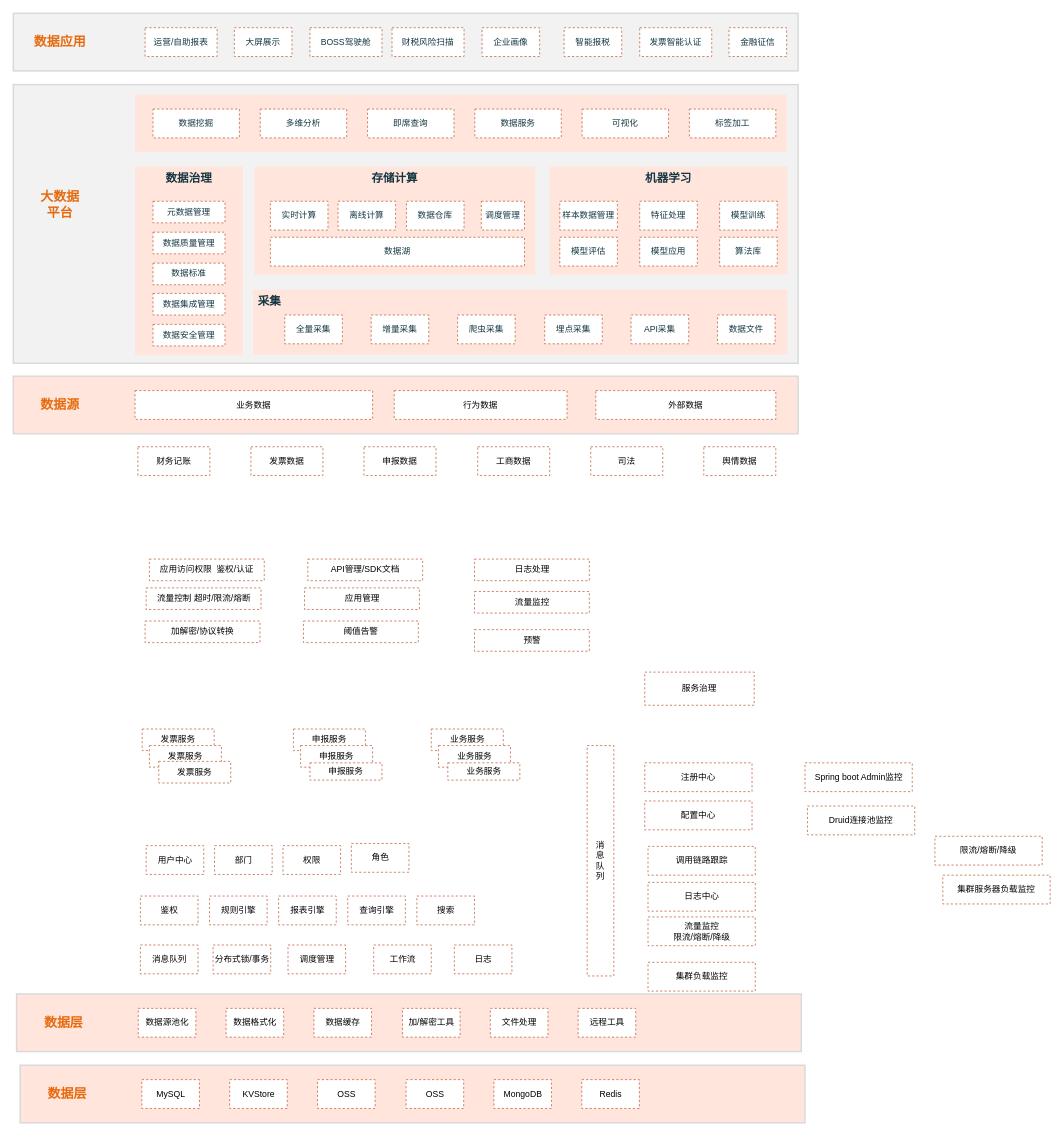
xingzhihe/hello-world keeps this draw.io diagram as 大数据.drawio. Above is the earlier version. Source tidied: cells renumbered, new cells numbered last; positions are measured from the earlier drawing's top-left corner, leaving out a move shared by most shapes. Both pictures are drawn from the tidied source at 72%, with x=0, y=0 at pixel (13, 13).
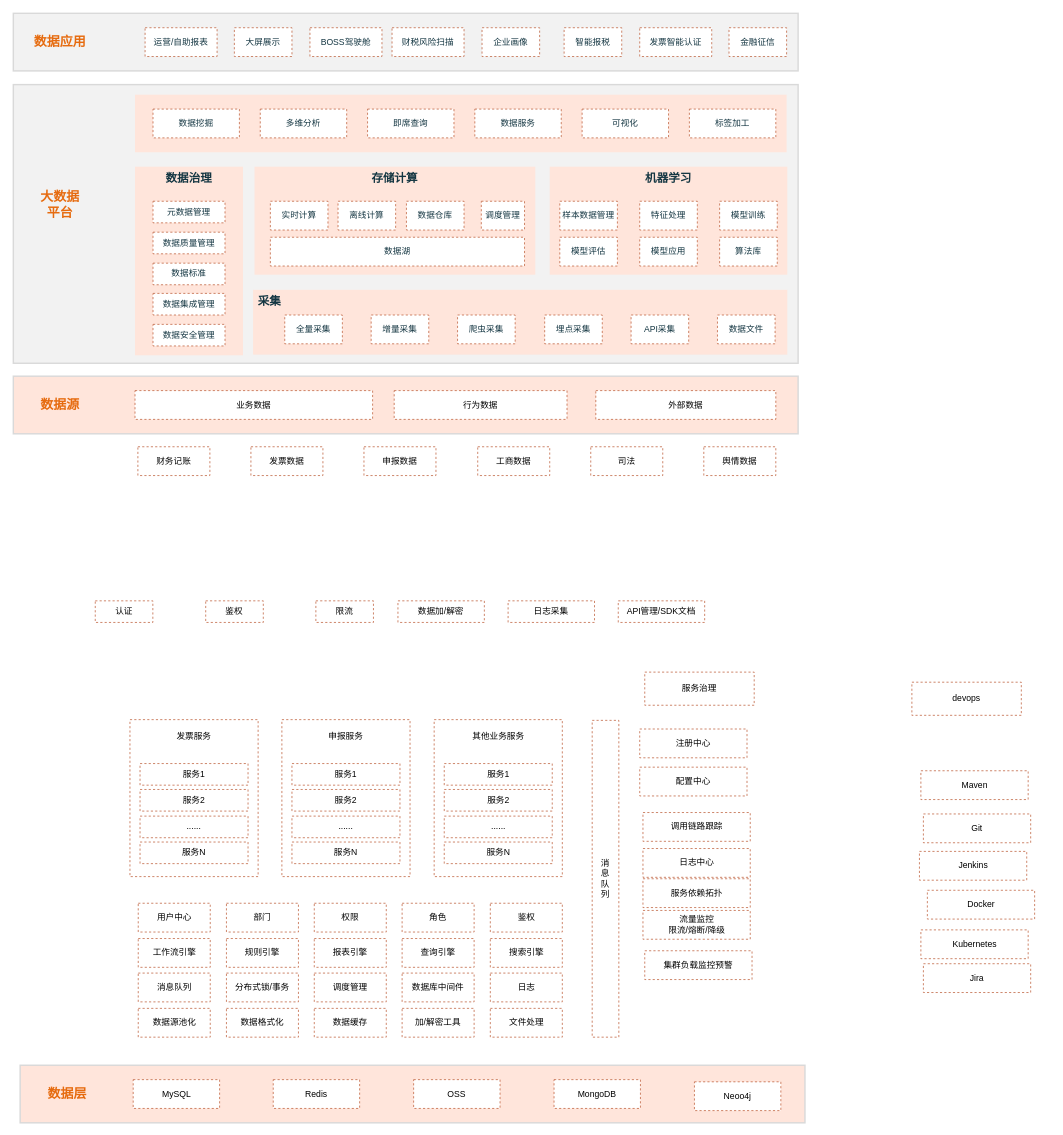
Above is the later version.

Commit message:
更新大数据.drawio

Change to the diagram source:
```diff
@@
     <mxCell id="60" value="MySQL" style="whiteSpace=wrap;html=1;strokeColor=#BB5933;dashed=1;" parent="1" vertex="1">
-      <mxGeometry x="178.5" y="1481" width="80" height="40" as="geometry" />
+      <mxGeometry x="166.5" y="1481" width="120" height="40" as="geometry" />
     </mxCell>
-    <mxCell id="61" value="KVStore" style="whiteSpace=wrap;html=1;strokeColor=#BB5933;dashed=1;" parent="1" vertex="1">
-      <mxGeometry x="300.5" y="1481" width="80" height="40" as="geometry" />
-    </mxCell>
     <mxCell id="62" value="OSS" style="whiteSpace=wrap;html=1;strokeColor=#BB5933;dashed=1;" parent="1" vertex="1">
-      <mxGeometry x="422.5" y="1481" width="80" height="40" as="geometry" />
+      <mxGeometry x="556" y="1481" width="120" height="40" as="geometry" />
     </mxCell>
-    <mxCell id="63" value="OSS" style="whiteSpace=wrap;html=1;strokeColor=#BB5933;dashed=1;" parent="1" vertex="1">
-      <mxGeometry x="545.5" y="1481" width="80" height="40" as="geometry" />
-    </mxCell>
     <mxCell id="64" value="MongoDB" style="whiteSpace=wrap;html=1;strokeColor=#BB5933;dashed=1;" parent="1" vertex="1">
-      <mxGeometry x="667.5" y="1481" width="80" height="40" as="geometry" />
+      <mxGeometry x="751" y="1481" width="120" height="40" as="geometry" />
     </mxCell>
-    <mxCell id="65" value="Redis" style="whiteSpace=wrap;html=1;strokeColor=#BB5933;dashed=1;" parent="1" vertex="1">
-      <mxGeometry x="789.5" y="1481" width="80" height="40" as="geometry" />
-    </mxCell>
-    <mxCell id="66" style="whiteSpace=wrap;html=1;fillColor=#FFE5DB;strokeColor=#D9D9D9;fontSize=18;fontStyle=1;fontColor=#143642;strokeWidth=2;" parent="1" vertex="1">
-      <mxGeometry x="4.5" y="1362" width="1090" height="80" as="geometry" />
-    </mxCell>
-    <mxCell id="67" value="数据层" style="whiteSpace=wrap;html=1;fillColor=none;strokeColor=none;fontSize=18;fontStyle=1;fontColor=#E66B0F;" parent="1" vertex="1">
-      <mxGeometry x="9.5" y="1382" width="120" height="40" as="geometry" />
-    </mxCell>
     <mxCell id="68" value="数据源池化" style="whiteSpace=wrap;html=1;strokeColor=#BB5933;dashed=1;" parent="1" vertex="1">
-      <mxGeometry x="173.5" y="1382" width="80" height="40" as="geometry" />
+      <mxGeometry x="173.5" y="1382" width="100" height="40" as="geometry" />
     </mxCell>
     <mxCell id="69" value="数据格式化" style="whiteSpace=wrap;html=1;strokeColor=#BB5933;dashed=1;" parent="1" vertex="1">
-      <mxGeometry x="295.5" y="1382" width="80" height="40" as="geometry" />
+      <mxGeometry x="296" y="1382" width="100" height="40" as="geometry" />
     </mxCell>
     <mxCell id="70" value="数据缓存" style="whiteSpace=wrap;html=1;strokeColor=#BB5933;dashed=1;" parent="1" vertex="1">
-      <mxGeometry x="417.5" y="1382" width="80" height="40" as="geometry" />
+      <mxGeometry x="418" y="1382" width="100" height="40" as="geometry" />
     </mxCell>
     <mxCell id="71" value="加/解密工具" style="whiteSpace=wrap;html=1;strokeColor=#BB5933;dashed=1;" parent="1" vertex="1">
-      <mxGeometry x="540.5" y="1382" width="80" height="40" as="geometry" />
+      <mxGeometry x="540" y="1382" width="100" height="40" as="geometry" />
     </mxCell>
     <mxCell id="72" value="文件处理" style="whiteSpace=wrap;html=1;strokeColor=#BB5933;dashed=1;" parent="1" vertex="1">
-      <mxGeometry x="662.5" y="1382" width="80" height="40" as="geometry" />
+      <mxGeometry x="662.5" y="1382" width="100" height="40" as="geometry" />
     </mxCell>
-    <mxCell id="73" value="远程工具" style="whiteSpace=wrap;html=1;strokeColor=#BB5933;dashed=1;" parent="1" vertex="1">
-      <mxGeometry x="784.5" y="1382" width="80" height="40" as="geometry" />
-    </mxCell>
     <mxCell id="74" value="消息队列" style="whiteSpace=wrap;html=1;strokeColor=#BB5933;dashed=1;" parent="1" vertex="1">
-      <mxGeometry x="176.5" y="1294" width="80" height="40" as="geometry" />
+      <mxGeometry x="173.5" y="1333" width="100" height="40" as="geometry" />
     </mxCell>
     <mxCell id="75" value="分布式锁/事务" style="whiteSpace=wrap;html=1;strokeColor=#BB5933;dashed=1;" parent="1" vertex="1">
-      <mxGeometry x="277.5" y="1294" width="80" height="40" as="geometry" />
+      <mxGeometry x="296" y="1333" width="100" height="40" as="geometry" />
     </mxCell>
     <mxCell id="76" value="调度管理" style="whiteSpace=wrap;html=1;strokeColor=#BB5933;dashed=1;" parent="1" vertex="1">
-      <mxGeometry x="381.5" y="1294" width="80" height="40" as="geometry" />
+      <mxGeometry x="418" y="1333" width="100" height="40" as="geometry" />
     </mxCell>
-    <mxCell id="77" value="工作流" style="whiteSpace=wrap;html=1;strokeColor=#BB5933;dashed=1;" parent="1" vertex="1">
-      <mxGeometry x="500.5" y="1294" width="80" height="40" as="geometry" />
+    <mxCell id="77" value="工作流引擎" style="whiteSpace=wrap;html=1;strokeColor=#BB5933;dashed=1;" parent="1" vertex="1">
+      <mxGeometry x="173.5" y="1285" width="100" height="40" as="geometry" />
     </mxCell>
-    <mxCell id="78" value="搜索" style="whiteSpace=wrap;html=1;strokeColor=#BB5933;dashed=1;" parent="1" vertex="1">
-      <mxGeometry x="560.5" y="1226" width="80" height="40" as="geometry" />
+    <mxCell id="78" value="搜索引擎" style="whiteSpace=wrap;html=1;strokeColor=#BB5933;dashed=1;" parent="1" vertex="1">
+      <mxGeometry x="662.5" y="1285" width="100" height="40" as="geometry" />
     </mxCell>
     <mxCell id="79" value="查询引擎" style="whiteSpace=wrap;html=1;strokeColor=#BB5933;dashed=1;" parent="1" vertex="1">
-      <mxGeometry x="464.5" y="1226" width="80" height="40" as="geometry" />
+      <mxGeometry x="540" y="1285" width="100" height="40" as="geometry" />
     </mxCell>
     <mxCell id="80" value="报表引擎" style="whiteSpace=wrap;html=1;strokeColor=#BB5933;dashed=1;" parent="1" vertex="1">
-      <mxGeometry x="368.5" y="1226" width="80" height="40" as="geometry" />
+      <mxGeometry x="418" y="1285" width="100" height="40" as="geometry" />
     </mxCell>
     <mxCell id="81" value="规则引擎" style="whiteSpace=wrap;html=1;strokeColor=#BB5933;dashed=1;" parent="1" vertex="1">
-      <mxGeometry x="272.5" y="1226" width="80" height="40" as="geometry" />
+      <mxGeometry x="296" y="1285" width="100" height="40" as="geometry" />
     </mxCell>
     <mxCell id="82" value="鉴权" style="whiteSpace=wrap;html=1;strokeColor=#BB5933;dashed=1;" parent="1" vertex="1">
-      <mxGeometry x="176.5" y="1226" width="80" height="40" as="geometry" />
+      <mxGeometry x="662.5" y="1236" width="100" height="40" as="geometry" />
     </mxCell>
     <mxCell id="83" value="日志" style="whiteSpace=wrap;html=1;strokeColor=#BB5933;dashed=1;" parent="1" vertex="1">
-      <mxGeometry x="612.5" y="1294" width="80" height="40" as="geometry" />
+      <mxGeometry x="662.5" y="1333" width="100" height="40" as="geometry" />
     </mxCell>
     <mxCell id="84" value="用户中心" style="whiteSpace=wrap;html=1;strokeColor=#BB5933;dashed=1;" parent="1" vertex="1">
-      <mxGeometry x="184.5" y="1156" width="80" height="40" as="geometry" />
+      <mxGeometry x="173.5" y="1236" width="100" height="40" as="geometry" />
     </mxCell>
     <mxCell id="85" value="部门" style="whiteSpace=wrap;html=1;strokeColor=#BB5933;dashed=1;" parent="1" vertex="1">
-      <mxGeometry x="279.5" y="1156" width="80" height="40" as="geometry" />
+      <mxGeometry x="296" y="1236" width="100" height="40" as="geometry" />
     </mxCell>
     <mxCell id="86" value="权限" style="whiteSpace=wrap;html=1;strokeColor=#BB5933;dashed=1;" parent="1" vertex="1">
-      <mxGeometry x="374.5" y="1156" width="80" height="40" as="geometry" />
+      <mxGeometry x="418" y="1236" width="100" height="40" as="geometry" />
     </mxCell>
     <mxCell id="87" value="角色" style="whiteSpace=wrap;html=1;strokeColor=#BB5933;dashed=1;" parent="1" vertex="1">
-      <mxGeometry x="469.5" y="1153" width="80" height="40" as="geometry" />
+      <mxGeometry x="540" y="1236" width="100" height="40" as="geometry" />
     </mxCell>
-    <mxCell id="88" value="发票服务" style="whiteSpace=wrap;html=1;strokeColor=#BB5933;dashed=1;" parent="1" vertex="1">
-      <mxGeometry x="179" y="994" width="100" height="30" as="geometry" />
-    </mxCell>
-    <mxCell id="89" value="发票服务" style="whiteSpace=wrap;html=1;strokeColor=#BB5933;dashed=1;" parent="1" vertex="1">
-      <mxGeometry x="189" y="1017" width="100" height="30" as="geometry" />
-    </mxCell>
-    <mxCell id="90" value="发票服务" style="whiteSpace=wrap;html=1;strokeColor=#BB5933;dashed=1;" parent="1" vertex="1">
-      <mxGeometry x="202" y="1039" width="100" height="30" as="geometry" />
-    </mxCell>
-    <mxCell id="91" value="申报服务" style="whiteSpace=wrap;html=1;strokeColor=#BB5933;dashed=1;" parent="1" vertex="1">
-      <mxGeometry x="389" y="994" width="100" height="30" as="geometry" />
-    </mxCell>
-    <mxCell id="92" value="申报服务" style="whiteSpace=wrap;html=1;strokeColor=#BB5933;dashed=1;" parent="1" vertex="1">
-      <mxGeometry x="399" y="1017" width="100" height="30" as="geometry" />
-    </mxCell>
-    <mxCell id="93" value="申报服务" style="whiteSpace=wrap;html=1;strokeColor=#BB5933;dashed=1;" parent="1" vertex="1">
-      <mxGeometry x="412" y="1041" width="100" height="24" as="geometry" />
-    </mxCell>
-    <mxCell id="94" value="业务服务" style="whiteSpace=wrap;html=1;strokeColor=#BB5933;dashed=1;" parent="1" vertex="1">
-      <mxGeometry x="580.5" y="994" width="100" height="30" as="geometry" />
-    </mxCell>
-    <mxCell id="95" value="业务服务" style="whiteSpace=wrap;html=1;strokeColor=#BB5933;dashed=1;" parent="1" vertex="1">
-      <mxGeometry x="590.5" y="1017" width="100" height="30" as="geometry" />
-    </mxCell>
-    <mxCell id="96" value="业务服务" style="whiteSpace=wrap;html=1;strokeColor=#BB5933;dashed=1;" parent="1" vertex="1">
-      <mxGeometry x="603.5" y="1041" width="100" height="24" as="geometry" />
-    </mxCell>
-    <mxCell id="97" value="应用访问权限&amp;nbsp; 鉴权/认证" style="whiteSpace=wrap;html=1;strokeColor=#BB5933;dashed=1;" parent="1" vertex="1">
-      <mxGeometry x="189" y="758" width="159.5" height="30" as="geometry" />
+    <mxCell id="97" value="认证" style="whiteSpace=wrap;html=1;strokeColor=#BB5933;dashed=1;" parent="1" vertex="1">
+      <mxGeometry x="113.8" y="816" width="80" height="30" as="geometry" />
     </mxCell>
-    <mxCell id="98" value="流量控制 超时/限流/熔断" style="whiteSpace=wrap;html=1;strokeColor=#BB5933;dashed=1;" parent="1" vertex="1">
-      <mxGeometry x="184.5" y="798" width="159.5" height="30" as="geometry" />
+    <mxCell id="98" value="限流" style="whiteSpace=wrap;html=1;strokeColor=#BB5933;dashed=1;" parent="1" vertex="1">
+      <mxGeometry x="420.2" y="816" width="80" height="30" as="geometry" />
     </mxCell>
-    <mxCell id="99" value="加解密/协议转换" style="whiteSpace=wrap;html=1;strokeColor=#BB5933;dashed=1;" parent="1" vertex="1">
-      <mxGeometry x="183" y="844" width="159.5" height="30" as="geometry" />
+    <mxCell id="99" value="数据加/解密" style="whiteSpace=wrap;html=1;strokeColor=#BB5933;dashed=1;" parent="1" vertex="1">
+      <mxGeometry x="534.2" y="816" width="120" height="30" as="geometry" />
     </mxCell>
-    <mxCell id="100" value="日志处理" style="whiteSpace=wrap;html=1;strokeColor=#BB5933;dashed=1;" parent="1" vertex="1">
-      <mxGeometry x="640.5" y="758" width="159.5" height="30" as="geometry" />
+    <mxCell id="100" value="日志采集" style="whiteSpace=wrap;html=1;strokeColor=#BB5933;dashed=1;" parent="1" vertex="1">
+      <mxGeometry x="687.2" y="816" width="120" height="30" as="geometry" />
     </mxCell>
     <mxCell id="101" value="API管理/SDK文档" style="whiteSpace=wrap;html=1;strokeColor=#BB5933;dashed=1;" parent="1" vertex="1">
-      <mxGeometry x="409" y="758" width="159.5" height="30" as="geometry" />
+      <mxGeometry x="840.2" y="816" width="120" height="30" as="geometry" />
     </mxCell>
-    <mxCell id="102" value="应用管理" style="whiteSpace=wrap;html=1;strokeColor=#BB5933;dashed=1;" parent="1" vertex="1">
-      <mxGeometry x="404.5" y="798" width="159.5" height="30" as="geometry" />
-    </mxCell>
-    <mxCell id="103" value="阈值告警" style="whiteSpace=wrap;html=1;strokeColor=#BB5933;dashed=1;" parent="1" vertex="1">
-      <mxGeometry x="403" y="844" width="159.5" height="30" as="geometry" />
-    </mxCell>
-    <mxCell id="104" value="流量监控" style="whiteSpace=wrap;html=1;strokeColor=#BB5933;dashed=1;" parent="1" vertex="1">
-      <mxGeometry x="640.5" y="803" width="159.5" height="30" as="geometry" />
-    </mxCell>
-    <mxCell id="105" value="预警" style="whiteSpace=wrap;html=1;strokeColor=#BB5933;dashed=1;" parent="1" vertex="1">
-      <mxGeometry x="640.5" y="856" width="159.5" height="30" as="geometry" />
-    </mxCell>
     <mxCell id="106" value="消&lt;br&gt;息&lt;br&gt;队&lt;br&gt;列" style="whiteSpace=wrap;html=1;strokeColor=#BB5933;dashed=1;" parent="1" vertex="1">
-      <mxGeometry x="797" y="1017" width="37" height="320" as="geometry" />
+      <mxGeometry x="804" y="982" width="37" height="440" as="geometry" />
     </mxCell>
@@
-    <mxCell id="108" value="Spring boot Admin监控" style="whiteSpace=wrap;html=1;strokeColor=#BB5933;dashed=1;" parent="1" vertex="1">
-      <mxGeometry x="1099.5" y="1041" width="149" height="40" as="geometry" />
+    <mxCell id="108" value="Maven" style="whiteSpace=wrap;html=1;strokeColor=#BB5933;dashed=1;" parent="1" vertex="1">
+      <mxGeometry x="1260.5" y="1052" width="149" height="40" as="geometry" />
     </mxCell>
-    <mxCell id="109" value="Druid连接池监控" style="whiteSpace=wrap;html=1;strokeColor=#BB5933;dashed=1;" parent="1" vertex="1">
-      <mxGeometry x="1103" y="1101" width="149" height="40" as="geometry" />
+    <mxCell id="109" value="Git" style="whiteSpace=wrap;html=1;strokeColor=#BB5933;dashed=1;" parent="1" vertex="1">
+      <mxGeometry x="1264" y="1112" width="149" height="40" as="geometry" />
     </mxCell>
     <mxCell id="110" value="调用链路跟踪" style="whiteSpace=wrap;html=1;strokeColor=#BB5933;dashed=1;" parent="1" vertex="1">
-      <mxGeometry x="881.5" y="1157" width="149" height="40" as="geometry" />
+      <mxGeometry x="874.5" y="1110" width="149" height="40" as="geometry" />
     </mxCell>
     <mxCell id="111" value="日志中心" style="whiteSpace=wrap;html=1;strokeColor=#BB5933;dashed=1;" parent="1" vertex="1">
-      <mxGeometry x="881.5" y="1207" width="149" height="40" as="geometry" />
+      <mxGeometry x="874.5" y="1160" width="149" height="40" as="geometry" />
     </mxCell>
-    <mxCell id="112" value="集群负载监控" style="whiteSpace=wrap;html=1;strokeColor=#BB5933;dashed=1;" parent="1" vertex="1">
-      <mxGeometry x="881.5" y="1318" width="149" height="40" as="geometry" />
+    <mxCell id="112" value="集群负载监控预警" style="whiteSpace=wrap;html=1;strokeColor=#BB5933;dashed=1;" parent="1" vertex="1">
+      <mxGeometry x="877" y="1302" width="149" height="40" as="geometry" />
     </mxCell>
-    <mxCell id="113" value="集群服务器负载监控" style="whiteSpace=wrap;html=1;strokeColor=#BB5933;dashed=1;" parent="1" vertex="1">
-      <mxGeometry x="1291" y="1197" width="149" height="40" as="geometry" />
+    <mxCell id="113" value="Docker" style="whiteSpace=wrap;html=1;strokeColor=#BB5933;dashed=1;" parent="1" vertex="1">
+      <mxGeometry x="1269.5" y="1218" width="149" height="40" as="geometry" />
     </mxCell>
-    <mxCell id="114" value="限流/熔断/降级" style="whiteSpace=wrap;html=1;strokeColor=#BB5933;dashed=1;" parent="1" vertex="1">
-      <mxGeometry x="1280" y="1143" width="149" height="40" as="geometry" />
+    <mxCell id="114" value="Jenkins" style="whiteSpace=wrap;html=1;strokeColor=#BB5933;dashed=1;" parent="1" vertex="1">
+      <mxGeometry x="1258.5" y="1164" width="149" height="40" as="geometry" />
     </mxCell>
     <mxCell id="115" value="流量监控&lt;br&gt;限流/熔断/降级" style="whiteSpace=wrap;html=1;strokeColor=#BB5933;dashed=1;" parent="1" vertex="1">
-      <mxGeometry x="881.5" y="1255" width="149" height="40" as="geometry" />
+      <mxGeometry x="874.5" y="1246" width="149" height="40" as="geometry" />
     </mxCell>
     <mxCell id="116" value="配置中心" style="whiteSpace=wrap;html=1;strokeColor=#BB5933;dashed=1;" parent="1" vertex="1">
-      <mxGeometry x="877" y="1094" width="149" height="40" as="geometry" />
+      <mxGeometry x="870" y="1047" width="149" height="40" as="geometry" />
     </mxCell>
     <mxCell id="117" value="注册中心" style="whiteSpace=wrap;html=1;strokeColor=#BB5933;dashed=1;" parent="1" vertex="1">
-      <mxGeometry x="877" y="1041" width="149" height="40" as="geometry" />
+      <mxGeometry x="870" y="994" width="149" height="40" as="geometry" />
     </mxCell>
+    <mxCell id="118" value="Kubernetes" style="whiteSpace=wrap;html=1;strokeColor=#BB5933;dashed=1;" parent="1" vertex="1">
+      <mxGeometry x="1260.5" y="1273" width="149" height="40" as="geometry" />
+    </mxCell>
+    <mxCell id="119" value="Jira" style="whiteSpace=wrap;html=1;strokeColor=#BB5933;dashed=1;" parent="1" vertex="1">
+      <mxGeometry x="1264" y="1320" width="149" height="40" as="geometry" />
+    </mxCell>
+    <mxCell id="120" value="devops" style="whiteSpace=wrap;html=1;strokeColor=#BB5933;dashed=1;" parent="1" vertex="1">
+      <mxGeometry x="1248" y="929" width="152" height="46" as="geometry" />
+    </mxCell>
+    <mxCell id="121" value="服务依赖拓扑" style="whiteSpace=wrap;html=1;strokeColor=#BB5933;dashed=1;" parent="1" vertex="1">
+      <mxGeometry x="874.5" y="1202" width="149" height="40" as="geometry" />
+    </mxCell>
+    <mxCell id="65" value="Redis" style="whiteSpace=wrap;html=1;strokeColor=#BB5933;dashed=1;" parent="1" vertex="1">
+      <mxGeometry x="361" y="1481" width="120" height="40" as="geometry" />
+    </mxCell>
+    <mxCell id="122" value="Neoo4j" style="whiteSpace=wrap;html=1;strokeColor=#BB5933;dashed=1;" parent="1" vertex="1">
+      <mxGeometry x="946" y="1484" width="120" height="40" as="geometry" />
+    </mxCell>
+    <mxCell id="123" value="数据库中间件" style="whiteSpace=wrap;html=1;strokeColor=#BB5933;dashed=1;" parent="1" vertex="1">
+      <mxGeometry x="540" y="1333" width="100" height="40" as="geometry" />
+    </mxCell>
+    <mxCell id="124" style="group;" parent="1" vertex="1">
+      <mxGeometry x="162" y="981" width="178" height="218" as="geometry" />
+    </mxCell>
+    <mxCell id="125" value="发票服务" style="whiteSpace=wrap;html=1;strokeColor=#BB5933;dashed=1;verticalAlign=top;spacingBottom=0;spacingTop=10;" parent="124" vertex="1">
+      <mxGeometry width="178" height="218" as="geometry" />
+    </mxCell>
+    <mxCell id="88" value="服务1" style="whiteSpace=wrap;html=1;strokeColor=#BB5933;dashed=1;" parent="124" vertex="1">
+      <mxGeometry x="14" y="61" width="150" height="30" as="geometry" />
+    </mxCell>
+    <mxCell id="89" value="服务2" style="whiteSpace=wrap;html=1;strokeColor=#BB5933;dashed=1;" parent="124" vertex="1">
+      <mxGeometry x="14" y="97" width="150" height="30" as="geometry" />
+    </mxCell>
+    <mxCell id="90" value="......" style="whiteSpace=wrap;html=1;strokeColor=#BB5933;dashed=1;" parent="124" vertex="1">
+      <mxGeometry x="14" y="134" width="150" height="30" as="geometry" />
+    </mxCell>
+    <mxCell id="126" value="服务N" style="whiteSpace=wrap;html=1;strokeColor=#BB5933;dashed=1;" parent="124" vertex="1">
+      <mxGeometry x="14" y="170" width="150" height="30" as="geometry" />
+    </mxCell>
+    <mxCell id="127" style="group;" parent="1" vertex="1">
+      <mxGeometry x="373" y="981" width="178" height="218" as="geometry" />
+    </mxCell>
+    <mxCell id="128" value="申报服务" style="whiteSpace=wrap;html=1;strokeColor=#BB5933;dashed=1;verticalAlign=top;spacingBottom=0;spacingTop=10;" parent="127" vertex="1">
+      <mxGeometry width="178" height="218" as="geometry" />
+    </mxCell>
+    <mxCell id="129" value="服务1" style="whiteSpace=wrap;html=1;strokeColor=#BB5933;dashed=1;" parent="127" vertex="1">
+      <mxGeometry x="14" y="61" width="150" height="30" as="geometry" />
+    </mxCell>
+    <mxCell id="130" value="服务2" style="whiteSpace=wrap;html=1;strokeColor=#BB5933;dashed=1;" parent="127" vertex="1">
+      <mxGeometry x="14" y="97" width="150" height="30" as="geometry" />
+    </mxCell>
+    <mxCell id="131" value="......" style="whiteSpace=wrap;html=1;strokeColor=#BB5933;dashed=1;" parent="127" vertex="1">
+      <mxGeometry x="14" y="134" width="150" height="30" as="geometry" />
+    </mxCell>
+    <mxCell id="132" value="服务N" style="whiteSpace=wrap;html=1;strokeColor=#BB5933;dashed=1;" parent="127" vertex="1">
+      <mxGeometry x="14" y="170" width="150" height="30" as="geometry" />
+    </mxCell>
+    <mxCell id="133" style="group;" parent="1" vertex="1">
+      <mxGeometry x="584.5" y="981" width="178" height="218" as="geometry" />
+    </mxCell>
+    <mxCell id="134" value="其他业务服务" style="whiteSpace=wrap;html=1;strokeColor=#BB5933;dashed=1;verticalAlign=top;spacingBottom=0;spacingTop=10;" parent="133" vertex="1">
+      <mxGeometry width="178" height="218" as="geometry" />
+    </mxCell>
+    <mxCell id="135" value="服务1" style="whiteSpace=wrap;html=1;strokeColor=#BB5933;dashed=1;" parent="133" vertex="1">
+      <mxGeometry x="14" y="61" width="150" height="30" as="geometry" />
+    </mxCell>
+    <mxCell id="136" value="服务2" style="whiteSpace=wrap;html=1;strokeColor=#BB5933;dashed=1;" parent="133" vertex="1">
+      <mxGeometry x="14" y="97" width="150" height="30" as="geometry" />
+    </mxCell>
+    <mxCell id="137" value="......" style="whiteSpace=wrap;html=1;strokeColor=#BB5933;dashed=1;" parent="133" vertex="1">
+      <mxGeometry x="14" y="134" width="150" height="30" as="geometry" />
+    </mxCell>
+    <mxCell id="138" value="服务N" style="whiteSpace=wrap;html=1;strokeColor=#BB5933;dashed=1;" parent="133" vertex="1">
+      <mxGeometry x="14" y="170" width="150" height="30" as="geometry" />
+    </mxCell>
+    <mxCell id="139" value="鉴权" style="whiteSpace=wrap;html=1;strokeColor=#BB5933;dashed=1;" parent="1" vertex="1">
+      <mxGeometry x="267.2" y="816" width="80" height="30" as="geometry" />
+    </mxCell>
```
